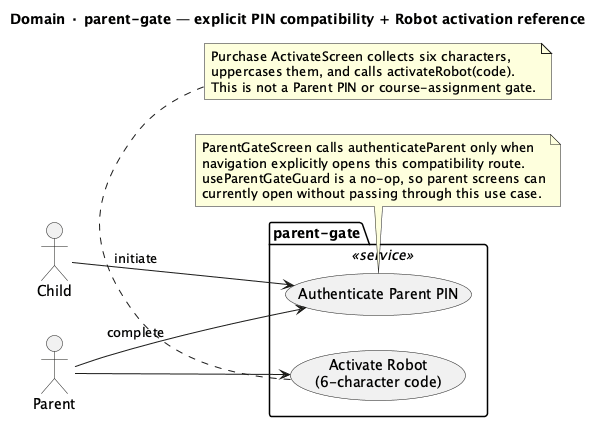
This is migrate-ui-ux-to-mobile-app-docs/architecture/usecases/TBOT-ParentGate.png from JSR-Algo/TJBOT-Mobile, a PlantUML export, as it was before one commit.
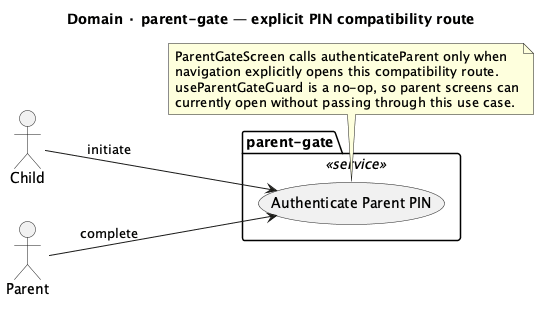
Later version of the same file.

Commit message:
docs(parent-gate): retire duplicate activation use case

Diff of the diagram source:
```diff
@@ -1,5 +1,5 @@
 @startuml TBOT-ParentGate
-title Domain · parent-gate — explicit PIN compatibility + Robot activation reference
+title Domain · parent-gate — explicit PIN compatibility route
 left to right direction
 
 actor Child
@@ -7,12 +7,10 @@
 
 package "parent-gate" <<service>> {
   usecase "Authenticate Parent PIN" as UC_PG_PASS
-  usecase "Activate Robot\n(6-character code)" as UC_PG_UNLOCK
 }
 
 Child  --> UC_PG_PASS    : initiate
 Parent --> UC_PG_PASS    : complete
-Parent --> UC_PG_UNLOCK
 
 note bottom of UC_PG_PASS
   ParentGateScreen calls authenticateParent only when
@@ -21,10 +19,4 @@
   currently open without passing through this use case.
 end note
 
-note bottom of UC_PG_UNLOCK
-  Purchase ActivateScreen collects six characters,
-  uppercases them, and calls activateRobot(code).
-  This is not a Parent PIN or course-assignment gate.
-end note
-
 @enduml
```
